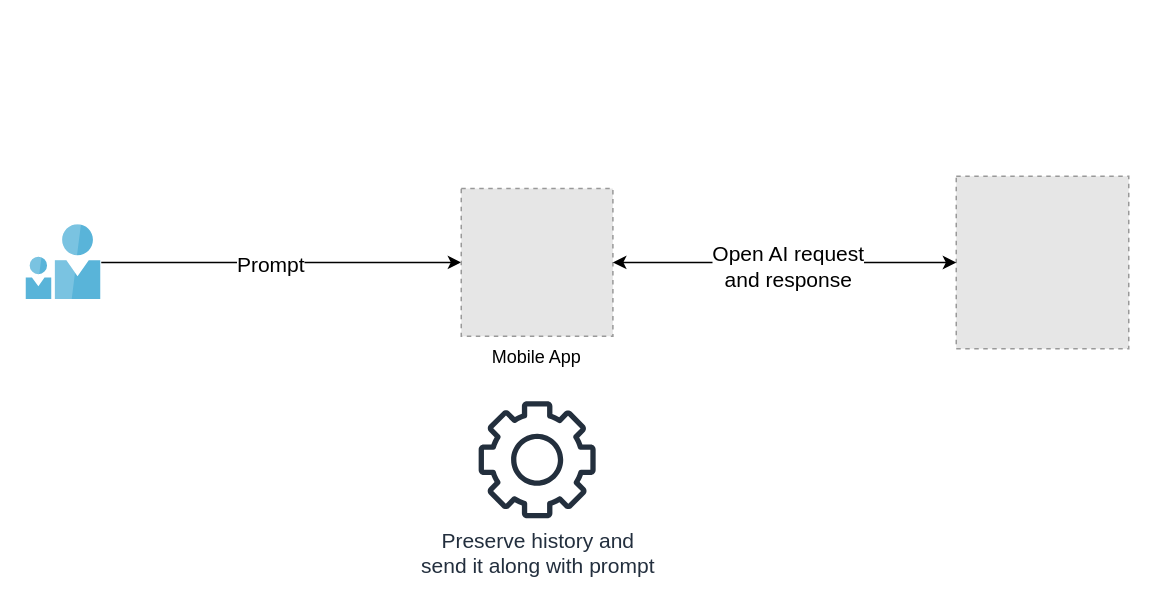
This is images/Chatbot.drawio from boris-korotkov/Chatbot, a draw.io file, before an edit. Source tidied: cells renumbered, new cells numbered last; positions are measured from the earlier drawing's top-left corner, leaving out a move shared by most shapes. Both pictures are drawn from the tidied source at 150%, with x=0, y=0 at pixel (26, 176). Pictures stored in the file or linked from it are replaced by grey dashed boxes.
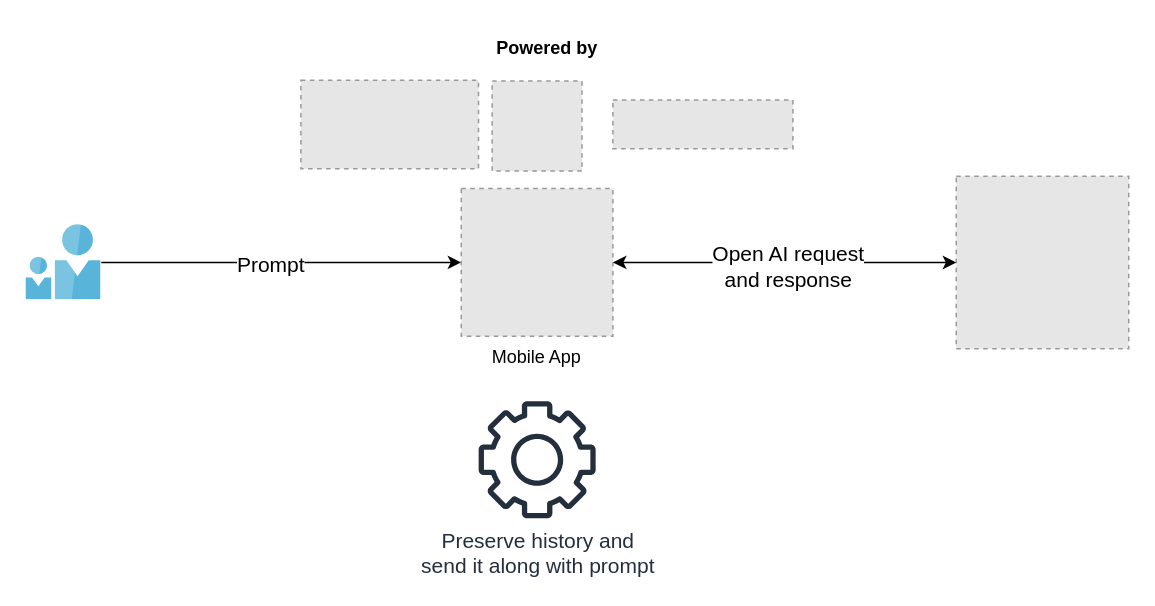
After the change.

What changed in the source:
```diff
@@
 <mxGraphModel>
   <root>
     <mxCell id="0" />
     <mxCell id="1" parent="0" />
     <mxCell id="2" style="image;sketch=0;html=1;points=[];align=center;fontSize=12;image=img/lib/mscae/Two_User_Icon.svg;" parent="1" vertex="1">
       <mxGeometry y="32.5" width="50" height="50" as="geometry" />
     </mxCell>
     <mxCell id="3" style="endArrow=classic;html=1;rounded=0;" parent="1" edge="1" source="2" target="5">
       <mxGeometry relative="1" as="geometry" />
     </mxCell>
     <mxCell id="4" value="Prompt" style="edgeLabel;html=1;align=center;verticalAlign=middle;fontSize=14;" parent="3" vertex="1">
       <mxGeometry x="-0.07" y="-1" relative="1" as="geometry" />
     </mxCell>
     <mxCell id="5" value="Mobile App" style="fillColor=#E6E6E6;strokeColor=#999999;dashed=1;verticalLabelPosition=bottom;labelBackgroundColor=default;verticalAlign=top;" parent="1" vertex="1">
       <mxGeometry x="290" y="8.2" width="101.1" height="98.5" as="geometry" />
     </mxCell>
     <mxCell id="6" style="fillColor=#E6E6E6;strokeColor=#999999;dashed=1;verticalLabelPosition=bottom;labelBackgroundColor=default;verticalAlign=top;" parent="1" vertex="1">
       <mxGeometry x="620" width="115" height="115" as="geometry" />
     </mxCell>
     <mxCell id="7" style="endArrow=classic;startArrow=classic;html=1;rounded=0;" parent="1" edge="1" source="5" target="6">
       <mxGeometry relative="1" as="geometry" />
     </mxCell>
     <mxCell id="8" value="&lt;font style=&quot;font-size: 14px;&quot;&gt;Open AI request &lt;br&gt;and response&lt;/font&gt;" style="edgeLabel;html=1;align=center;verticalAlign=middle;" parent="7" vertex="1">
       <mxGeometry x="0.01" y="-1" relative="1" as="geometry">
         <mxPoint y="1" as="offset" />
       </mxGeometry>
     </mxCell>
     <mxCell id="9" value="&lt;font style=&quot;font-size: 14px;&quot;&gt;Preserve history and &lt;br&gt;send it along with prompt&lt;/font&gt;" style="sketch=0;fontColor=#232F3E;gradientColor=none;fillColor=#232F3D;strokeColor=none;dashed=0;verticalLabelPosition=bottom;verticalAlign=top;align=center;html=1;fontSize=12;fontStyle=0;shape=mxgraph.aws4.gear;" parent="1" vertex="1">
       <mxGeometry x="301.6" y="150" width="78" height="78" as="geometry" />
     </mxCell>
+    <mxCell id="10" style="fillColor=#E6E6E6;strokeColor=#999999;dashed=1;verticalLabelPosition=bottom;labelBackgroundColor=default;verticalAlign=top;" parent="1" vertex="1">
+      <mxGeometry x="183.1" y="-64" width="118.4" height="59" as="geometry" />
+    </mxCell>
+    <mxCell id="11" value="Powered by" style="text;html=1;align=center;verticalAlign=middle;strokeColor=none;fillColor=none;fontStyle=1;" parent="1" vertex="1">
+      <mxGeometry x="302" y="-100" width="90" height="30" as="geometry" />
+    </mxCell>
+    <mxCell id="12" style="fillColor=#E6E6E6;strokeColor=#999999;dashed=1;verticalLabelPosition=bottom;labelBackgroundColor=default;verticalAlign=top;" parent="1" vertex="1">
+      <mxGeometry x="391.1" y="-50.8" width="120" height="32.5" as="geometry" />
+    </mxCell>
+    <mxCell id="13" style="fillColor=#E6E6E6;strokeColor=#999999;dashed=1;verticalLabelPosition=bottom;labelBackgroundColor=default;verticalAlign=top;" parent="1" vertex="1">
+      <mxGeometry x="310.6" y="-63.5" width="59.9" height="60" as="geometry" />
+    </mxCell>
   </root>
 </mxGraphModel>
```
